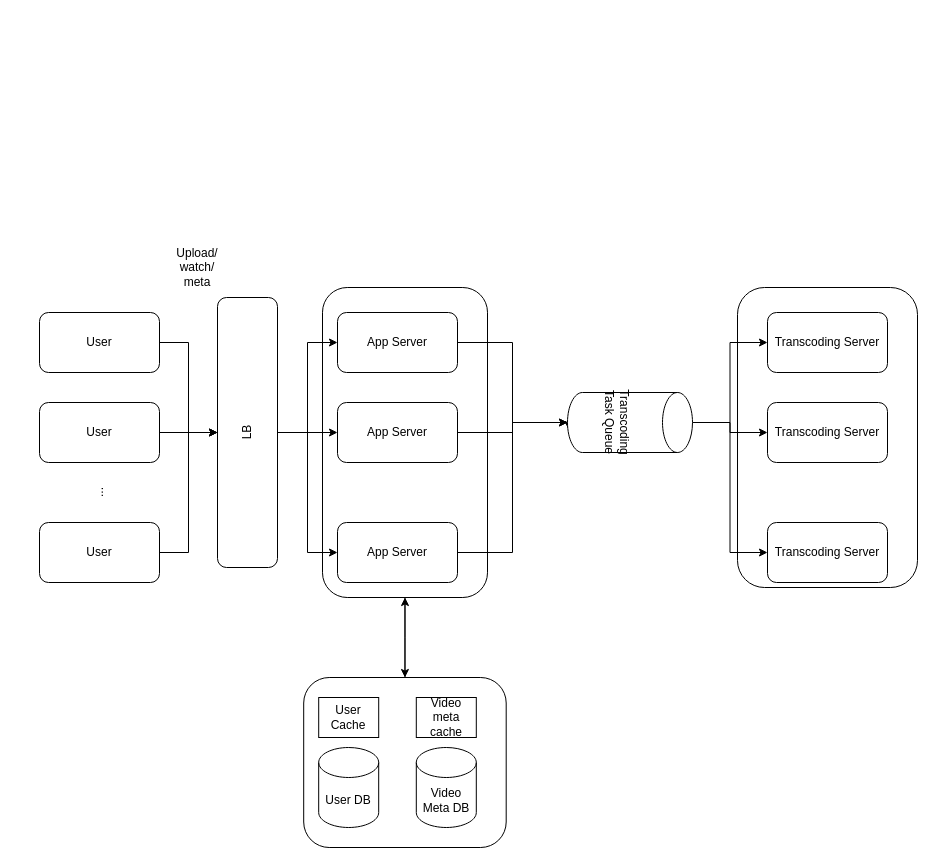
whmou/component-archs keeps this draw.io diagram as drawios/Design Netflix.drawio. Above is the earlier version. Source tidied: cells renumbered, new cells numbered last; positions are measured from the earlier drawing's top-left corner, leaving out a move shared by most shapes. Both pictures are drawn from the tidied source at 100%, with x=0, y=0 at pixel (39, 257).
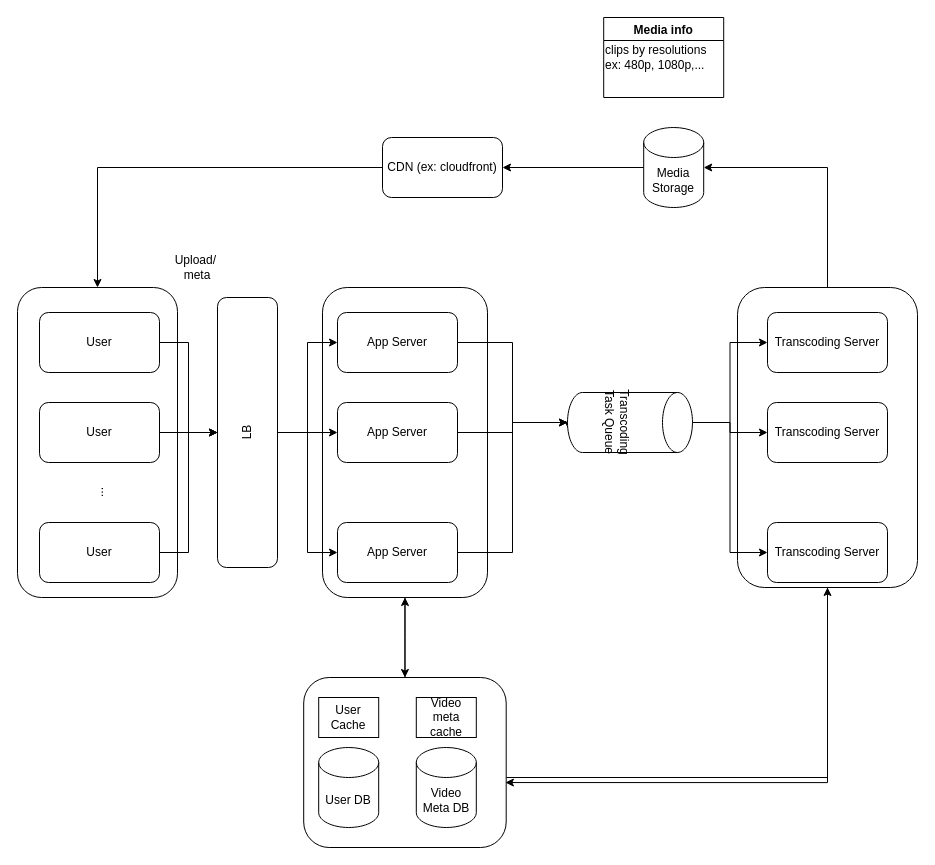
Above is the later version.

Unchanged cells that the change refers to:
```xml
<mxCell id="2" style="rounded=1;whiteSpace=wrap;html=1;" parent="1" vertex="1">
  <mxGeometry x="698" y="30" width="180" height="300" as="geometry" />
</mxCell>
<mxCell id="6" style="rounded=1;whiteSpace=wrap;html=1;" parent="1" vertex="1">
  <mxGeometry x="264.2" y="420" width="202.5" height="170" as="geometry" />
</mxCell>
```

What changed in the source:
```diff
@@
+    <mxCell id="36" style="rounded=1;whiteSpace=wrap;html=1;" parent="1" vertex="1">
+      <mxGeometry x="-22" y="30" width="160" height="310" as="geometry" />
+    </mxCell>
+    <mxCell id="37" style="edgeStyle=orthogonalEdgeStyle;rounded=0;jettySize=auto;html=1;entryX=0.996;entryY=0.618;entryDx=0;entryDy=0;entryPerimeter=0;" parent="1" edge="1" source="2" target="6">
+      <mxGeometry relative="1" as="geometry">
+        <Array as="points">
+          <mxPoint x="788" y="525" />
+        </Array>
+      </mxGeometry>
+    </mxCell>
+    <mxCell id="38" style="edgeStyle=orthogonalEdgeStyle;rounded=0;jettySize=auto;html=1;entryX=1;entryY=0.5;entryDx=0;entryDy=0;entryPerimeter=0;" parent="1" edge="1" source="2" target="43">
+      <mxGeometry relative="1" as="geometry">
+        <Array as="points">
+          <mxPoint x="788" y="-90" />
+        </Array>
+      </mxGeometry>
+    </mxCell>
@@
+    <mxCell id="39" style="edgeStyle=orthogonalEdgeStyle;rounded=0;jettySize=auto;html=1;entryX=0.5;entryY=1;entryDx=0;entryDy=0;" parent="1" edge="1" source="6" target="2">
+      <mxGeometry relative="1" as="geometry">
+        <Array as="points">
+          <mxPoint x="788" y="520" />
+        </Array>
+      </mxGeometry>
+    </mxCell>
@@
-    <mxCell id="18" value="Upload/ watch/&lt;br&gt;meta" style="text;html=1;strokeColor=none;fillColor=none;align=center;verticalAlign=middle;whiteSpace=wrap;rounded=0;" parent="1" vertex="1">
+    <mxCell id="18" value="Upload/&amp;nbsp;&lt;br&gt;meta" style="text;html=1;strokeColor=none;fillColor=none;align=center;verticalAlign=middle;whiteSpace=wrap;rounded=0;" parent="1" vertex="1">
       <mxGeometry x="138" width="40" height="20" as="geometry" />
     </mxCell>
@@
+    <mxCell id="40" style="edgeStyle=orthogonalEdgeStyle;rounded=0;jettySize=auto;html=1;entryX=0.5;entryY=0;entryDx=0;entryDy=0;" parent="1" edge="1" source="41" target="36">
+      <mxGeometry relative="1" as="geometry" />
+    </mxCell>
+    <mxCell id="41" value="CDN (ex: cloudfront)" style="whiteSpace=wrap;html=1;rounded=1;" parent="1" vertex="1">
+      <mxGeometry x="343" y="-120" width="120" height="60" as="geometry" />
+    </mxCell>
+    <mxCell id="42" style="edgeStyle=orthogonalEdgeStyle;rounded=0;jettySize=auto;html=1;entryX=1;entryY=0.5;entryDx=0;entryDy=0;" parent="1" edge="1" source="43" target="41">
+      <mxGeometry relative="1" as="geometry" />
+    </mxCell>
+    <mxCell id="43" value="Media Storage" style="shape=cylinder3;whiteSpace=wrap;html=1;boundedLbl=1;backgroundOutline=1;size=15;" parent="1" vertex="1">
+      <mxGeometry x="604.2" y="-130" width="60" height="80" as="geometry" />
+    </mxCell>
+    <mxCell id="44" value="Media info" style="swimlane;" parent="1" vertex="1">
+      <mxGeometry x="564.2" y="-240" width="120" height="80" as="geometry" />
+    </mxCell>
+    <mxCell id="45" value="clips by resolutions&lt;br&gt;ex: 480p, 1080p,..." style="text;html=1;align=left;verticalAlign=middle;strokeColor=none;" parent="44" vertex="1">
+      <mxGeometry y="25" width="120" height="30" as="geometry" />
+    </mxCell>
```
